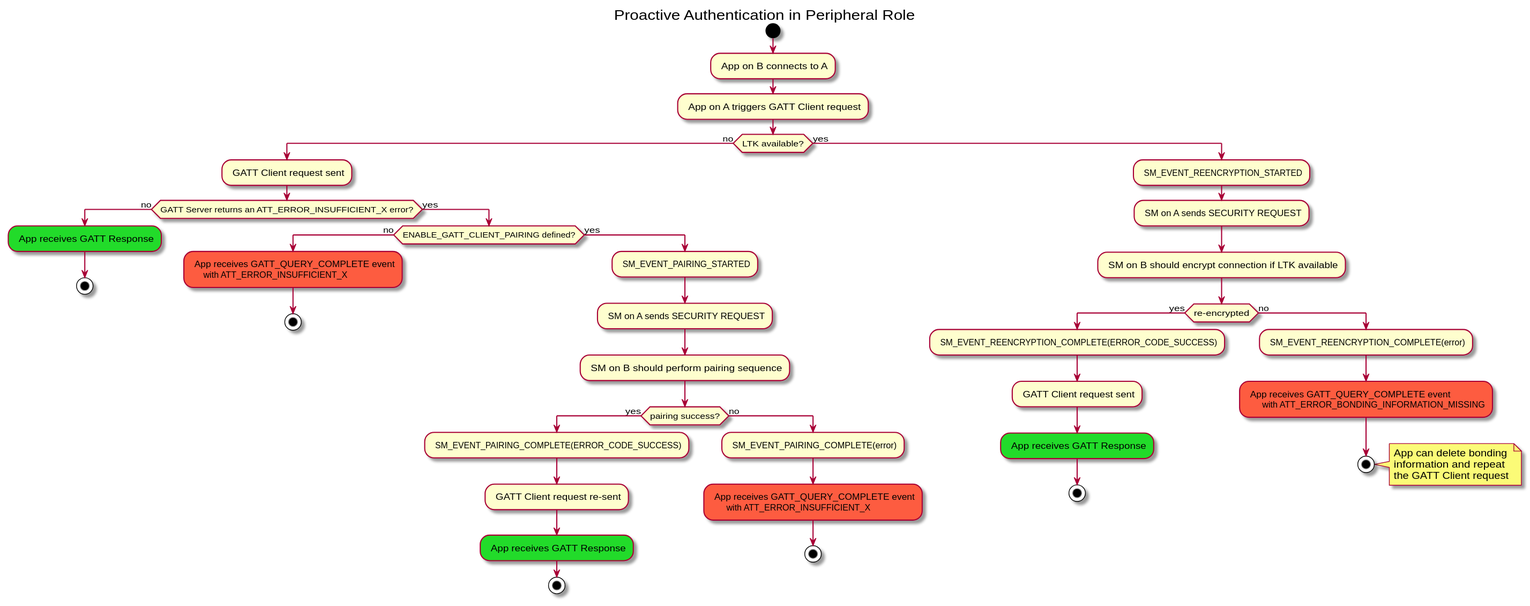
The PlantUML diagram doc/manual/docs/picts/gatt_client_security_proactive_authentication_peripheral.svg in bluekitchen/btstack, before a commit. Source of this version:
```plantuml
@startuml
title Proactive Authentication in Peripheral Role
start
: App on B connects to A;
: App on A triggers GATT Client request;
if (LTK available?) then (no)
  : GATT Client request sent;
  if (GATT Server returns an ATT_ERROR_INSUFFICIENT_X error?) then (no)
    #23DB2B : App receives GATT Response;
    stop
  else (yes)
    if (ENABLE_GATT_CLIENT_PAIRING defined?) then (no)
      #FD5B41: App receives GATT_QUERY_COMPLETE event
          with ATT_ERROR_INSUFFICIENT_X;
      stop
    else (yes)
      : SM_EVENT_PAIRING_STARTED;
      : SM on A sends SECURITY REQUEST;
      : SM on B should perform pairing sequence;
      if (pairing success?) then (yes)
          : SM_EVENT_PAIRING_COMPLETE(ERROR_CODE_SUCCESS);
          : GATT Client request re-sent;
          #23DB2B : App receives GATT Response;
          stop
      else (no)
          : SM_EVENT_PAIRING_COMPLETE(error);
         #FD5B41: App receives GATT_QUERY_COMPLETE event
              with ATT_ERROR_INSUFFICIENT_X;
          stop
      endif
    endif
  endif
else (yes)
   : SM_EVENT_REENCRYPTION_STARTED;
   : SM on A sends SECURITY REQUEST;
   : SM on B should encrypt connection if LTK available;
   if (re-encrypted) then (yes)
     : SM_EVENT_REENCRYPTION_COMPLETE(ERROR_CODE_SUCCESS);
     : GATT Client request sent;
     #23DB2B : App receives GATT Response;
     stop
   else (no)
     : SM_EVENT_REENCRYPTION_COMPLETE(error);
     #FD5B41: App receives GATT_QUERY_COMPLETE event
          with ATT_ERROR_BONDING_INFORMATION_MISSING;
     stop
     note right
       App can delete bonding
       information and repeat
       the GATT Client request
    end note
  endif
endif
@enduml
```
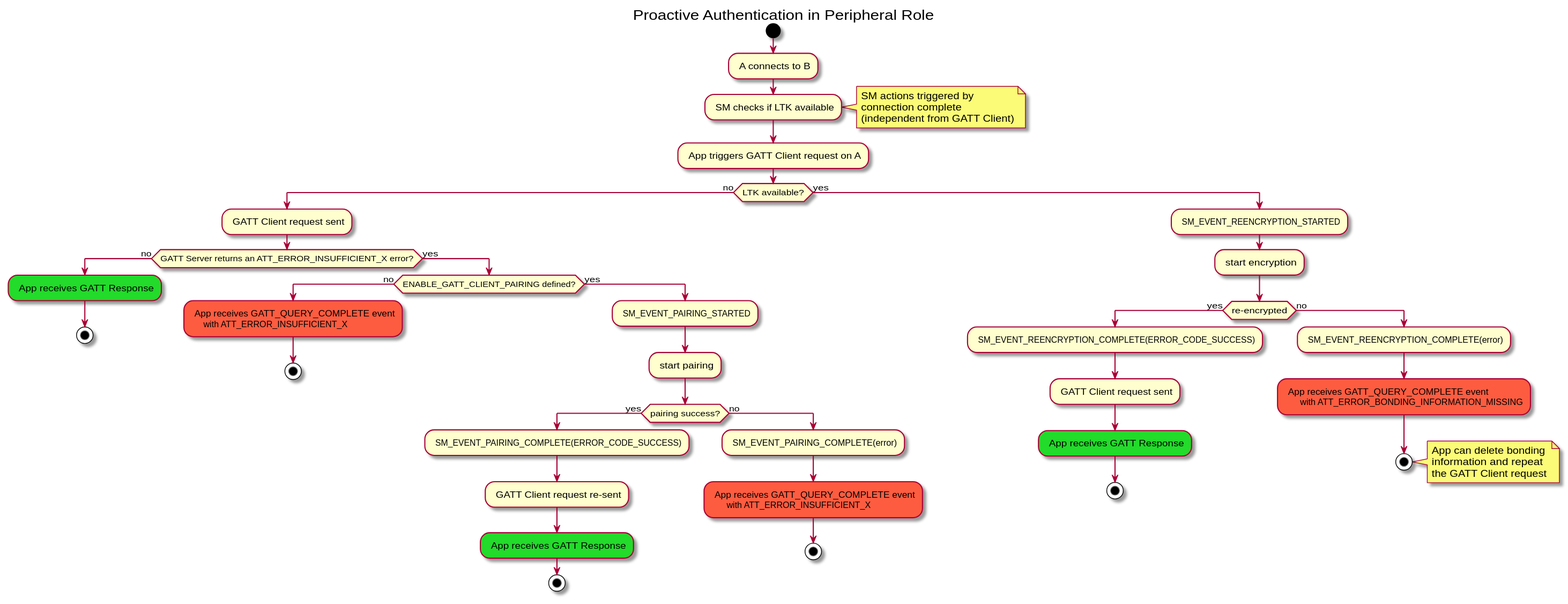
After the change.

Commit message:
doc: security triggered by connection complete for proactive authentication

Change to the diagram source:
```diff
@@ -1,8 +1,14 @@
 @startuml
 title Proactive Authentication in Peripheral Role
 start
-: App on B connects to A;
-: App on A triggers GATT Client request;
+: A connects to B;
+: SM checks if LTK available;
+note right
+  SM actions triggered by
+  connection complete
+  (independent from GATT Client)
+end note
+: App triggers GATT Client request on A;
 if (LTK available?) then (no)
   : GATT Client request sent;
   if (GATT Server returns an ATT_ERROR_INSUFFICIENT_X error?) then (no)
@@ -15,8 +21,7 @@
       stop
     else (yes)
       : SM_EVENT_PAIRING_STARTED;
-      : SM on A sends SECURITY REQUEST;
-      : SM on B should perform pairing sequence;
+      : start pairing;
       if (pairing success?) then (yes)
           : SM_EVENT_PAIRING_COMPLETE(ERROR_CODE_SUCCESS);
           : GATT Client request re-sent;
@@ -32,8 +37,7 @@
   endif
 else (yes)
    : SM_EVENT_REENCRYPTION_STARTED;
-   : SM on A sends SECURITY REQUEST;
-   : SM on B should encrypt connection if LTK available;
+   : start encryption;
    if (re-encrypted) then (yes)
      : SM_EVENT_REENCRYPTION_COMPLETE(ERROR_CODE_SUCCESS);
      : GATT Client request sent;
```
